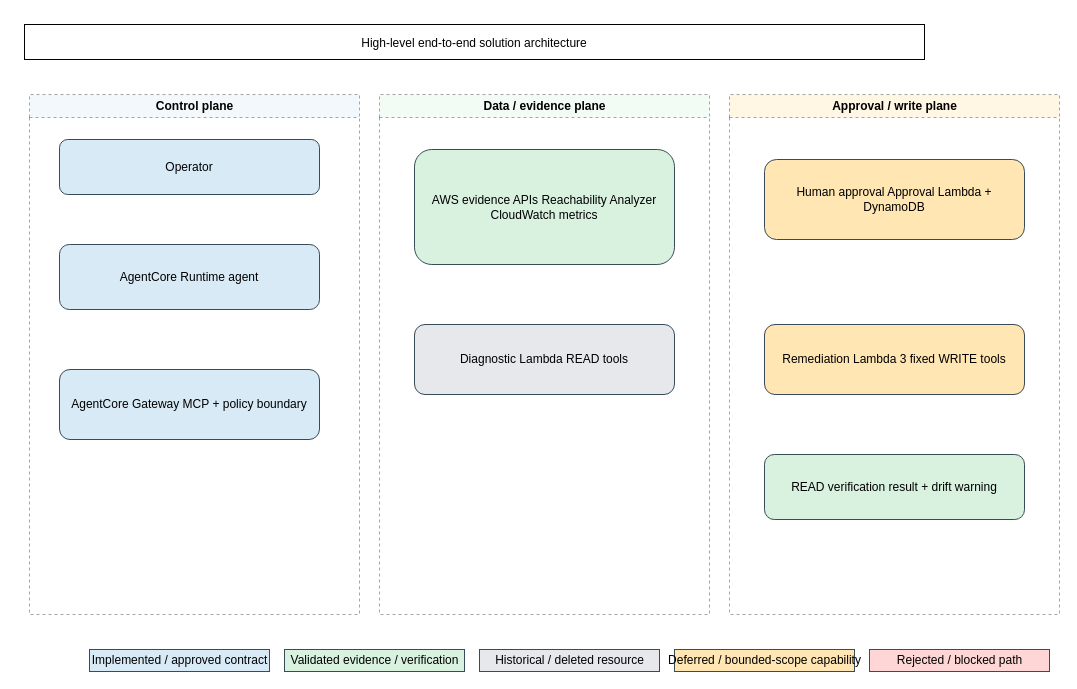
Earlier version of the draw.io diagram docs/diagrams/01-end-to-end-solution-architecture.drawio (omr19/agentic-aws-network-ops). Source tidied: cells renumbered, new cells numbered last; positions are measured from the earlier drawing's top-left corner, leaving out a move shared by most shapes. Both pictures are drawn from the tidied source at 100%, with x=0, y=0 at pixel (24, 24). Pictures stored in the file or linked from it are replaced by grey dashed boxes.
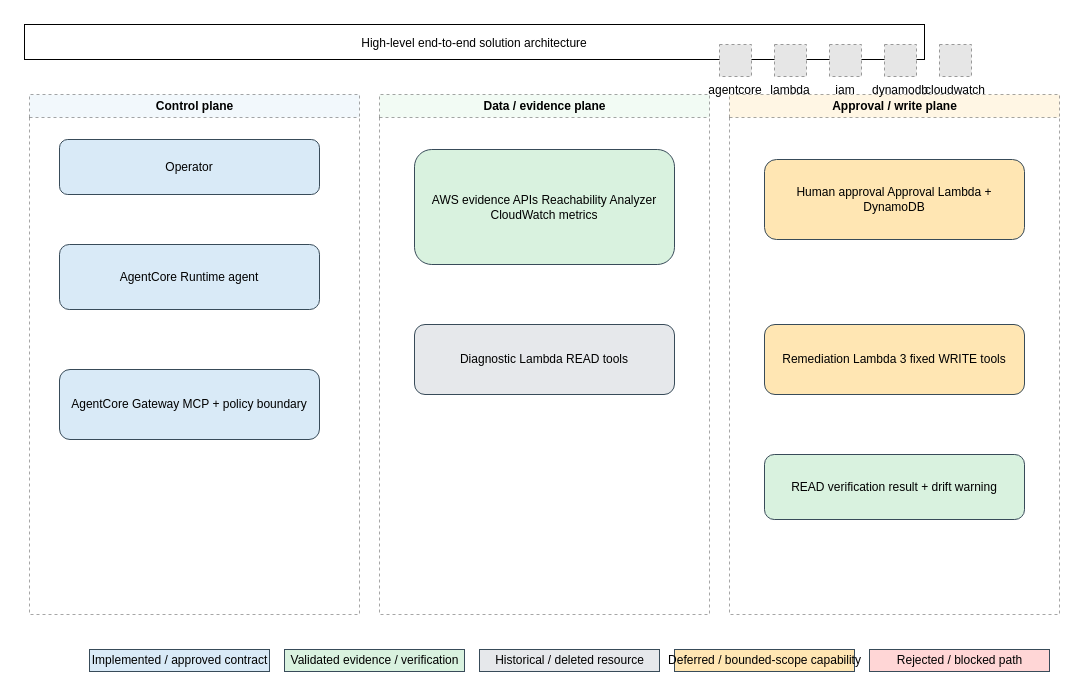
The same diagram, later.

The edit, as a diff of the source:
```diff
@@
+    <mxCell id="26" value="agentcore" style="fillColor=#E6E6E6;strokeColor=#999999;dashed=1;verticalLabelPosition=bottom;verticalAlign=top;" parent="1" vertex="1">
+      <mxGeometry x="695" y="20" width="32" height="32" as="geometry" />
+    </mxCell>
+    <mxCell id="27" value="lambda" style="fillColor=#E6E6E6;strokeColor=#999999;dashed=1;verticalLabelPosition=bottom;verticalAlign=top;" parent="1" vertex="1">
+      <mxGeometry x="750" y="20" width="32" height="32" as="geometry" />
+    </mxCell>
+    <mxCell id="28" value="iam" style="fillColor=#E6E6E6;strokeColor=#999999;dashed=1;verticalLabelPosition=bottom;verticalAlign=top;" parent="1" vertex="1">
+      <mxGeometry x="805" y="20" width="32" height="32" as="geometry" />
+    </mxCell>
+    <mxCell id="29" value="dynamodb" style="fillColor=#E6E6E6;strokeColor=#999999;dashed=1;verticalLabelPosition=bottom;verticalAlign=top;" parent="1" vertex="1">
+      <mxGeometry x="860" y="20" width="32" height="32" as="geometry" />
+    </mxCell>
+    <mxCell id="30" value="cloudwatch" style="fillColor=#E6E6E6;strokeColor=#999999;dashed=1;verticalLabelPosition=bottom;verticalAlign=top;" parent="1" vertex="1">
+      <mxGeometry x="915" y="20" width="32" height="32" as="geometry" />
+    </mxCell>
```
